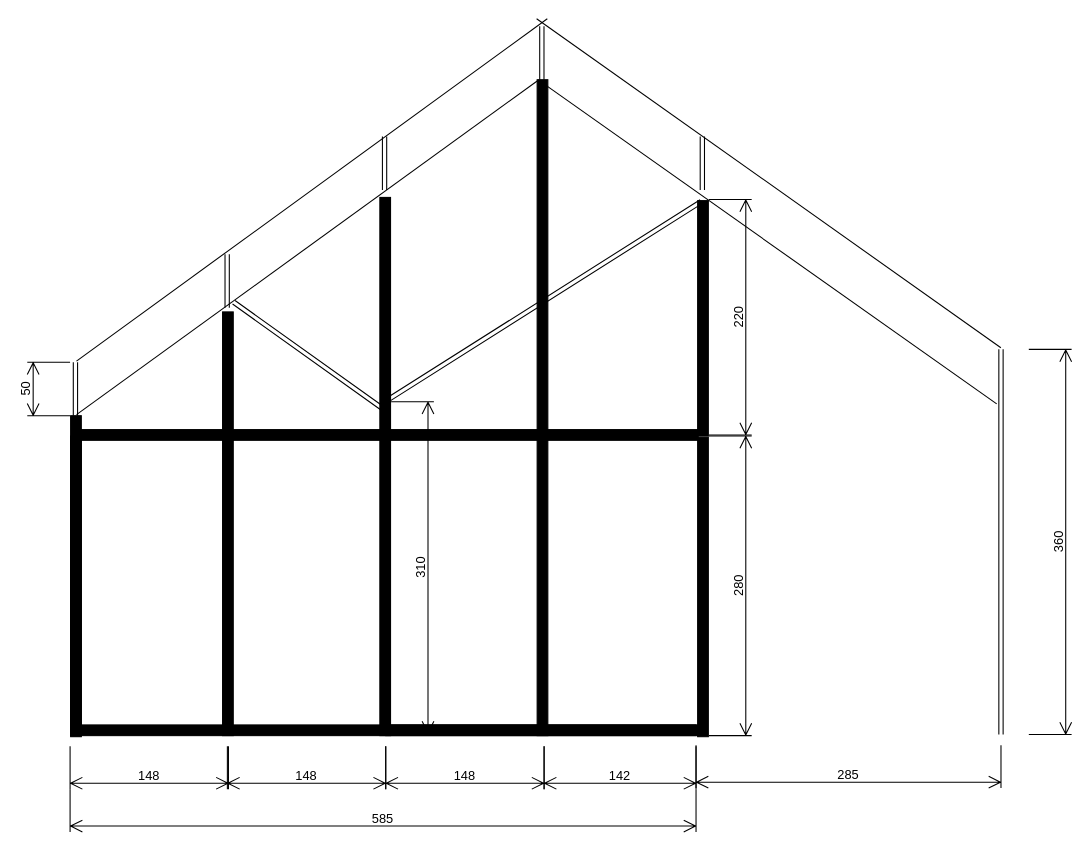
The draw.io diagram page "small" (2 of 6) of House.drawio in algimas/tmp, before the edit. Source tidied: cells renumbered, new cells numbered last; positions are measured from the earlier drawing's top-left corner, leaving out a move shared by most shapes. Both pictures are drawn from the tidied source at 107%, with x=0, y=0 at pixel (27, 18).
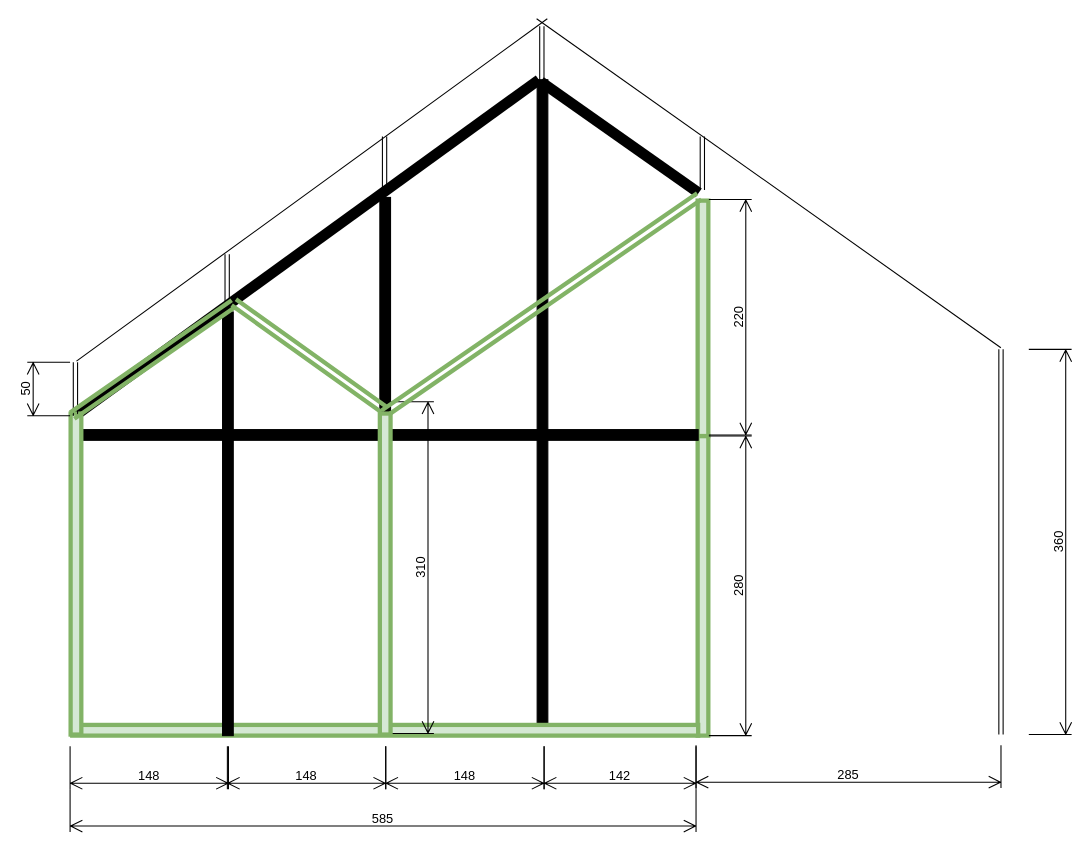
Above is the later version.

The change refers to these unchanged cells:
```xml
<mxCell id="3" style="verticalLabelPosition=bottom;html=1;verticalAlign=top;align=center;shape=mxgraph.floorplan.wall;fillColor=strokeColor;direction=south;" parent="1" vertex="1">
  <mxGeometry x="476" y="57" width="11" height="613" as="geometry" />
</mxCell>
<mxCell id="34" value="310" style="shape=dimension;direction=north;whiteSpace=wrap;html=1;align=center;points=[];verticalAlign=bottom;labelBackgroundColor=none;horizontal=0;spacingBottom=3;" parent="1" vertex="1">
  <mxGeometry x="340" y="358" width="40" height="310" as="geometry" />
</mxCell>
```

What changed in the source:
```diff
@@
-    <mxCell id="2" style="verticalLabelPosition=bottom;html=1;verticalAlign=top;align=center;shape=mxgraph.floorplan.wall;fillColor=strokeColor;direction=south;" parent="1" vertex="1">
-      <mxGeometry x="626" y="391" width="11" height="280" as="geometry" />
+    <mxCell id="2" style="verticalLabelPosition=bottom;html=1;verticalAlign=top;align=center;shape=mxgraph.floorplan.wall;fillColor=#d5e8d4;direction=south;strokeColor=#82b366;strokeWidth=4;" parent="1" vertex="1">
+      <mxGeometry x="626" y="390" width="11" height="280" as="geometry" />
     </mxCell>
@@
-    <mxCell id="4" style="endArrow=none;html=1;rounded=0;entryX=0.003;entryY=0.649;entryDx=0;entryDy=0;entryPerimeter=0;exitX=0.139;exitY=1;exitDx=0;exitDy=0;exitPerimeter=0;" parent="1" edge="1" target="3">
-      <mxGeometry relative="1" as="geometry">
-        <mxPoint x="906" y="360" as="sourcePoint" />
-      </mxGeometry>
+    <mxCell id="4" style="endArrow=none;html=1;rounded=0;entryX=0.003;entryY=0.649;entryDx=0;entryDy=0;entryPerimeter=0;exitX=-0.033;exitY=0.864;exitDx=0;exitDy=0;exitPerimeter=0;strokeWidth=10;" parent="1" edge="1" source="5" target="3">
+      <mxGeometry relative="1" as="geometry" />
     </mxCell>
-    <mxCell id="5" style="verticalLabelPosition=bottom;html=1;verticalAlign=top;align=center;shape=mxgraph.floorplan.wall;fillColor=strokeColor;direction=south;" parent="1" vertex="1">
+    <mxCell id="5" style="verticalLabelPosition=bottom;html=1;verticalAlign=top;align=center;shape=mxgraph.floorplan.wall;fillColor=#d5e8d4;direction=south;strokeColor=#82b366;strokeWidth=4;" parent="1" vertex="1">
       <mxGeometry x="626" y="170" width="11" height="220" as="geometry" />
     </mxCell>
@@
-    <mxCell id="8" style="verticalLabelPosition=bottom;html=1;verticalAlign=top;align=center;shape=mxgraph.floorplan.wall;fillColor=strokeColor;direction=south;" parent="1" vertex="1">
-      <mxGeometry x="329" y="390" width="11" height="280" as="geometry" />
-    </mxCell>
@@
-    <mxCell id="19" style="verticalLabelPosition=bottom;html=1;verticalAlign=top;align=center;shape=mxgraph.floorplan.wall;fillColor=strokeColor;" parent="1" vertex="1">
+    <mxCell id="19" style="verticalLabelPosition=bottom;html=1;verticalAlign=top;align=center;shape=mxgraph.floorplan.wall;fillColor=#d5e8d4;strokeColor=#82b366;strokeWidth=4;" parent="1" vertex="1">
       <mxGeometry x="42" y="660" width="585" height="10" as="geometry" />
     </mxCell>
@@
-    <mxCell id="23" style="endArrow=none;html=1;rounded=0;entryX=0;entryY=0.802;entryDx=0;entryDy=0;entryPerimeter=0;" parent="1" edge="1" target="3">
+    <mxCell id="23" style="endArrow=none;html=1;rounded=0;entryX=0;entryY=0.802;entryDx=0;entryDy=0;entryPerimeter=0;strokeWidth=10;" parent="1" edge="1" target="3">
       <mxGeometry relative="1" as="geometry">
         <mxPoint x="46" y="370" as="sourcePoint" />
       </mxGeometry>
     </mxCell>
@@
-    <mxCell id="25" style="verticalLabelPosition=bottom;html=1;verticalAlign=top;align=center;shape=mxgraph.floorplan.wall;fillColor=strokeColor;direction=south;" parent="1" vertex="1">
-      <mxGeometry x="40" y="371" width="11" height="300" as="geometry" />
+    <mxCell id="25" style="verticalLabelPosition=bottom;html=1;verticalAlign=top;align=center;shape=mxgraph.floorplan.wall;fillColor=#d5e8d4;direction=south;strokeColor=#82b366;strokeWidth=4;" parent="1" vertex="1">
+      <mxGeometry x="40" y="369" width="11" height="300" as="geometry" />
     </mxCell>
@@
-    <mxCell id="35" style="shape=link;endArrow=classic;html=1;rounded=0;exitX=1.006;exitY=-0.075;exitDx=0;exitDy=0;exitPerimeter=0;entryX=0.004;entryY=0.649;entryDx=0;entryDy=0;entryPerimeter=0;" parent="1" edge="1" source="34" target="5">
-      <mxGeometry relative="1" as="geometry" />
+    <mxCell id="35" style="shape=link;endArrow=classic;html=1;rounded=0;exitX=1.006;exitY=-0.075;exitDx=0;exitDy=0;exitPerimeter=0;entryX=-0.018;entryY=0.818;entryDx=0;entryDy=0;entryPerimeter=0;strokeWidth=4;fillColor=#d5e8d4;strokeColor=#82b366;" parent="1" edge="1" target="5">
+      <mxGeometry relative="1" as="geometry">
+        <mxPoint x="333.1" y="369" as="sourcePoint" />
+      </mxGeometry>
     </mxCell>
-    <mxCell id="36" style="shape=link;endArrow=classic;html=1;rounded=0;" parent="1" edge="1">
+    <mxCell id="36" style="shape=link;endArrow=classic;html=1;rounded=0;fillColor=#d5e8d4;strokeColor=#82b366;strokeWidth=4;" parent="1" edge="1">
       <mxGeometry relative="1" as="geometry">
         <mxPoint x="333" y="365" as="sourcePoint" />
         <mxPoint x="193" y="265" as="targetPoint" />
       </mxGeometry>
     </mxCell>
+    <mxCell id="8" style="verticalLabelPosition=bottom;html=1;verticalAlign=top;align=center;shape=mxgraph.floorplan.wall;fillColor=#d5e8d4;direction=south;strokeColor=#82b366;strokeWidth=4;" parent="1" vertex="1">
+      <mxGeometry x="329" y="369" width="11" height="300" as="geometry" />
+    </mxCell>
+    <mxCell id="37" style="shape=link;endArrow=classic;html=1;rounded=0;strokeWidth=4;fillColor=#d5e8d4;strokeColor=#82b366;" parent="1" edge="1">
+      <mxGeometry relative="1" as="geometry">
+        <mxPoint x="42" y="371" as="sourcePoint" />
+        <mxPoint x="193" y="266" as="targetPoint" />
+      </mxGeometry>
+    </mxCell>
```
